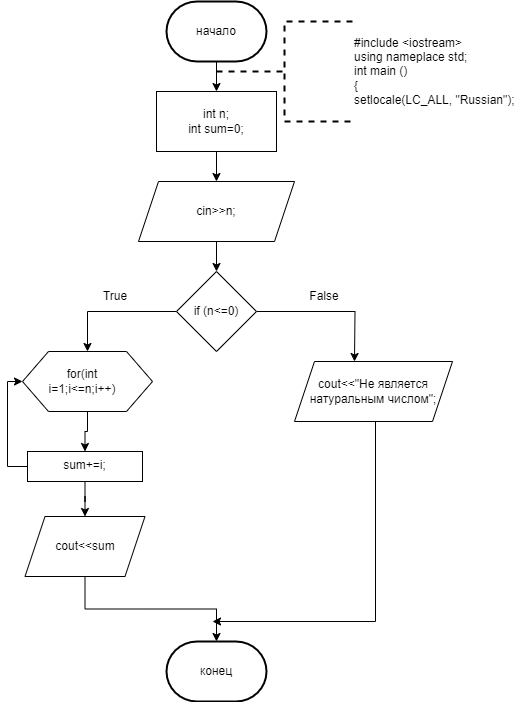
ksinph/PSTU_LABS_2023 keeps this draw.io diagram as 2_1.drawio.png. Above is the earlier version. Source tidied: cells renumbered, new cells last; positions are measured from the earlier drawing's top-left corner, leaving out a move shared by most shapes. Its diagram source:
```xml
<mxGraphModel>
  <root>
    <mxCell id="0" />
    <mxCell id="1" parent="0" />
    <mxCell id="2" style="edgeStyle=orthogonalEdgeStyle;rounded=0;jettySize=auto;html=1;exitX=0.5;exitY=1;exitDx=0;exitDy=0;exitPerimeter=0;" parent="1" edge="1" source="3" target="5">
      <mxGeometry relative="1" as="geometry" />
    </mxCell>
    <mxCell id="3" value="начало" style="strokeWidth=2;html=1;shape=mxgraph.flowchart.terminator;whiteSpace=wrap;" parent="1" vertex="1">
      <mxGeometry x="144" width="100" height="60" as="geometry" />
    </mxCell>
    <mxCell id="4" style="edgeStyle=orthogonalEdgeStyle;rounded=0;jettySize=auto;html=1;exitX=0.5;exitY=1;exitDx=0;exitDy=0;entryX=0.5;entryY=0;entryDx=0;entryDy=0;" parent="1" edge="1" source="5" target="7">
      <mxGeometry relative="1" as="geometry" />
    </mxCell>
    <mxCell id="5" value="int n;&lt;br&gt;int sum=0;" style="rounded=0;whiteSpace=wrap;html=1;" parent="1" vertex="1">
      <mxGeometry x="134" y="90" width="120" height="60" as="geometry" />
    </mxCell>
    <mxCell id="6" style="edgeStyle=orthogonalEdgeStyle;rounded=0;jettySize=auto;html=1;exitX=0.5;exitY=1;exitDx=0;exitDy=0;entryX=0.5;entryY=0;entryDx=0;entryDy=0;" parent="1" edge="1" source="7" target="10">
      <mxGeometry relative="1" as="geometry" />
    </mxCell>
    <mxCell id="7" value="cin&amp;gt;&amp;gt;n;" style="shape=parallelogram;perimeter=parallelogramPerimeter;whiteSpace=wrap;html=1;fixedSize=1;" parent="1" vertex="1">
      <mxGeometry x="116" y="180" width="156" height="60" as="geometry" />
    </mxCell>
    <mxCell id="8" style="edgeStyle=orthogonalEdgeStyle;rounded=0;jettySize=auto;html=1;" parent="1" edge="1" source="10">
      <mxGeometry relative="1" as="geometry">
        <mxPoint x="332" y="360" as="targetPoint" />
      </mxGeometry>
    </mxCell>
    <mxCell id="9" style="edgeStyle=orthogonalEdgeStyle;rounded=0;jettySize=auto;html=1;exitX=0;exitY=0.5;exitDx=0;exitDy=0;entryX=0.5;entryY=0;entryDx=0;entryDy=0;" parent="1" edge="1" source="10" target="14">
      <mxGeometry relative="1" as="geometry" />
    </mxCell>
    <mxCell id="10" value="if (n&amp;lt;=0)" style="rhombus;whiteSpace=wrap;html=1;" parent="1" vertex="1">
      <mxGeometry x="154" y="270" width="80" height="80" as="geometry" />
    </mxCell>
    <mxCell id="11" style="edgeStyle=orthogonalEdgeStyle;rounded=0;orthogonalLoop=1;jettySize=auto;html=1;exitX=0.5;exitY=1;exitDx=0;exitDy=0;" parent="1" edge="1">
      <mxGeometry relative="1" as="geometry">
        <mxPoint x="353" y="420" as="sourcePoint" />
        <mxPoint x="190" y="620" as="targetPoint" />
        <Array as="points">
          <mxPoint x="353" y="620" />
        </Array>
      </mxGeometry>
    </mxCell>
    <mxCell id="12" value="cout&amp;lt;&amp;lt;&quot;Не является натуральным числом&quot;;" style="shape=parallelogram;perimeter=parallelogramPerimeter;whiteSpace=wrap;html=1;fixedSize=1;" parent="1" vertex="1">
      <mxGeometry x="272" y="360" width="158" height="60" as="geometry" />
    </mxCell>
    <mxCell id="13" style="edgeStyle=orthogonalEdgeStyle;rounded=0;jettySize=auto;html=1;" parent="1" edge="1" source="14" target="18">
      <mxGeometry relative="1" as="geometry" />
    </mxCell>
    <mxCell id="14" style="verticalLabelPosition=bottom;verticalAlign=top;html=1;shape=hexagon;perimeter=hexagonPerimeter2;arcSize=6;size=0.2;" parent="1" vertex="1">
      <mxGeometry y="350" width="130" height="60" as="geometry" />
    </mxCell>
    <mxCell id="15" value="for(int i=1;i&amp;lt;=n;i++)" style="text;html=1;strokeColor=none;fillColor=none;align=center;verticalAlign=middle;whiteSpace=wrap;rounded=0;" parent="1" vertex="1">
      <mxGeometry x="30" y="365" width="60" height="30" as="geometry" />
    </mxCell>
    <mxCell id="16" style="edgeStyle=orthogonalEdgeStyle;rounded=0;jettySize=auto;html=1;exitX=0;exitY=0.5;exitDx=0;exitDy=0;entryX=0;entryY=0.5;entryDx=0;entryDy=0;" parent="1" edge="1" source="18" target="14">
      <mxGeometry relative="1" as="geometry" />
    </mxCell>
    <mxCell id="17" style="edgeStyle=orthogonalEdgeStyle;rounded=0;jettySize=auto;html=1;exitX=0.5;exitY=1;exitDx=0;exitDy=0;" parent="1" edge="1" source="18" target="21">
      <mxGeometry relative="1" as="geometry" />
    </mxCell>
    <mxCell id="18" value="sum+=i;" style="whiteSpace=wrap;html=1;verticalAlign=top;arcSize=6;" parent="1" vertex="1">
      <mxGeometry x="5" y="450" width="115" height="30" as="geometry" />
    </mxCell>
    <mxCell id="19" value="конец" style="strokeWidth=2;html=1;shape=mxgraph.flowchart.terminator;whiteSpace=wrap;" parent="1" vertex="1">
      <mxGeometry x="144" y="640" width="100" height="60" as="geometry" />
    </mxCell>
    <mxCell id="20" value="#include &amp;lt;iostream&amp;gt;&lt;br&gt;using nameplace std;&lt;br&gt;int main ()&lt;br&gt;{&lt;br&gt;setlocale(LC_ALL, &quot;Russian&quot;);" style="strokeWidth=2;html=1;shape=mxgraph.flowchart.annotation_2;align=left;labelPosition=right;dashed=1;" parent="1" vertex="1">
      <mxGeometry x="194" y="20" width="136" height="100" as="geometry" />
    </mxCell>
    <mxCell id="21" value="cout&amp;lt;&amp;lt;sum" style="shape=parallelogram;perimeter=parallelogramPerimeter;whiteSpace=wrap;html=1;fixedSize=1;" parent="1" vertex="1">
      <mxGeometry x="2.5" y="515" width="120" height="60" as="geometry" />
    </mxCell>
    <mxCell id="22" style="edgeStyle=orthogonalEdgeStyle;rounded=0;jettySize=auto;html=1;exitX=0.5;exitY=1;exitDx=0;exitDy=0;entryX=0.5;entryY=0;entryDx=0;entryDy=0;entryPerimeter=0;" parent="1" edge="1" source="21" target="19">
      <mxGeometry relative="1" as="geometry" />
    </mxCell>
    <mxCell id="23" value="True" style="text;html=1;strokeColor=none;fillColor=none;align=center;verticalAlign=middle;whiteSpace=wrap;rounded=0;" parent="1" vertex="1">
      <mxGeometry x="62.5" y="280" width="60" height="30" as="geometry" />
    </mxCell>
    <mxCell id="24" value="False" style="text;html=1;strokeColor=none;fillColor=none;align=center;verticalAlign=middle;whiteSpace=wrap;rounded=0;" parent="1" vertex="1">
      <mxGeometry x="272" y="280" width="60" height="30" as="geometry" />
    </mxCell>
  </root>
</mxGraphModel>
```
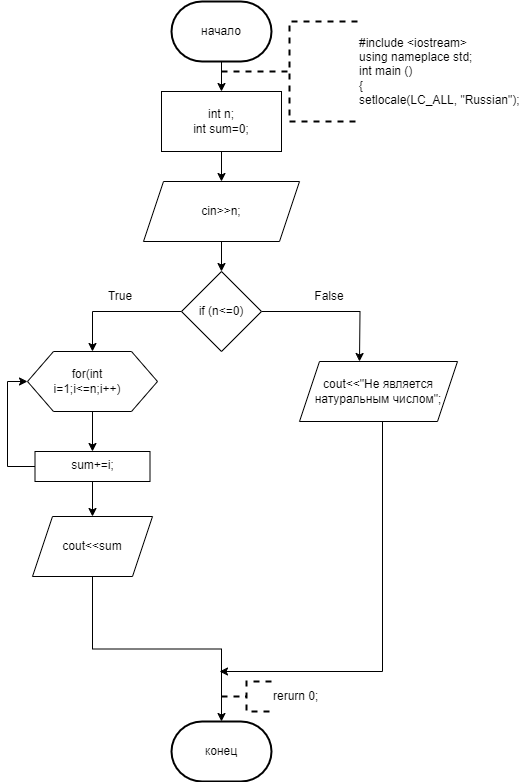
After the change.

What changed in the source:
```diff
@@ -33,10 +33,11 @@
     </mxCell>
     <mxCell id="11" style="edgeStyle=orthogonalEdgeStyle;rounded=0;orthogonalLoop=1;jettySize=auto;html=1;exitX=0.5;exitY=1;exitDx=0;exitDy=0;" parent="1" edge="1">
       <mxGeometry relative="1" as="geometry">
-        <mxPoint x="353" y="420" as="sourcePoint" />
-        <mxPoint x="190" y="620" as="targetPoint" />
+        <mxPoint x="355" y="420" as="sourcePoint" />
+        <mxPoint x="192" y="670" as="targetPoint" />
         <Array as="points">
-          <mxPoint x="353" y="620" />
+          <mxPoint x="355" y="670" />
+          <mxPoint x="192" y="670" />
         </Array>
       </mxGeometry>
     </mxCell>
@@ -59,16 +60,16 @@
       <mxGeometry relative="1" as="geometry" />
     </mxCell>
     <mxCell id="18" value="sum+=i;" style="whiteSpace=wrap;html=1;verticalAlign=top;arcSize=6;" parent="1" vertex="1">
-      <mxGeometry x="5" y="450" width="115" height="30" as="geometry" />
+      <mxGeometry x="7.5" y="450" width="115" height="30" as="geometry" />
     </mxCell>
     <mxCell id="19" value="конец" style="strokeWidth=2;html=1;shape=mxgraph.flowchart.terminator;whiteSpace=wrap;" parent="1" vertex="1">
-      <mxGeometry x="144" y="640" width="100" height="60" as="geometry" />
+      <mxGeometry x="144" y="720" width="100" height="60" as="geometry" />
     </mxCell>
     <mxCell id="20" value="#include &amp;lt;iostream&amp;gt;&lt;br&gt;using nameplace std;&lt;br&gt;int main ()&lt;br&gt;{&lt;br&gt;setlocale(LC_ALL, &quot;Russian&quot;);" style="strokeWidth=2;html=1;shape=mxgraph.flowchart.annotation_2;align=left;labelPosition=right;dashed=1;" parent="1" vertex="1">
       <mxGeometry x="194" y="20" width="136" height="100" as="geometry" />
     </mxCell>
     <mxCell id="21" value="cout&amp;lt;&amp;lt;sum" style="shape=parallelogram;perimeter=parallelogramPerimeter;whiteSpace=wrap;html=1;fixedSize=1;" parent="1" vertex="1">
-      <mxGeometry x="2.5" y="515" width="120" height="60" as="geometry" />
+      <mxGeometry x="5" y="515" width="120" height="60" as="geometry" />
     </mxCell>
     <mxCell id="22" style="edgeStyle=orthogonalEdgeStyle;rounded=0;jettySize=auto;html=1;exitX=0.5;exitY=1;exitDx=0;exitDy=0;entryX=0.5;entryY=0;entryDx=0;entryDy=0;entryPerimeter=0;" parent="1" edge="1" source="21" target="19">
       <mxGeometry relative="1" as="geometry" />
@@ -79,5 +80,8 @@
     <mxCell id="24" value="False" style="text;html=1;strokeColor=none;fillColor=none;align=center;verticalAlign=middle;whiteSpace=wrap;rounded=0;" parent="1" vertex="1">
       <mxGeometry x="272" y="280" width="60" height="30" as="geometry" />
     </mxCell>
+    <mxCell id="25" value="rerurn 0;" style="strokeWidth=2;html=1;shape=mxgraph.flowchart.annotation_2;align=left;labelPosition=right;dashed=1;" parent="1" vertex="1">
+      <mxGeometry x="194" y="680" width="50" height="30" as="geometry" />
+    </mxCell>
   </root>
 </mxGraphModel>
```
